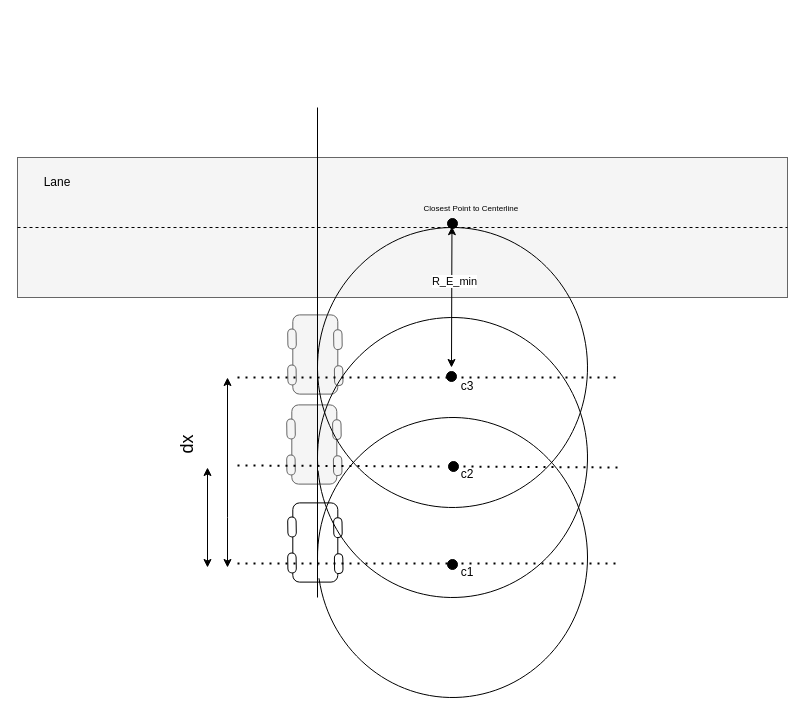
Before: singlearc.drawio in Narendarselva/autoware_docs, a draw.io diagram. Source tidied: cells renumbered, new cells numbered last; positions are measured from the earlier drawing's top-left corner, leaving out a move shared by most shapes. Both pictures are drawn from the tidied source at 100%, with x=0, y=0 at pixel (17, 107).
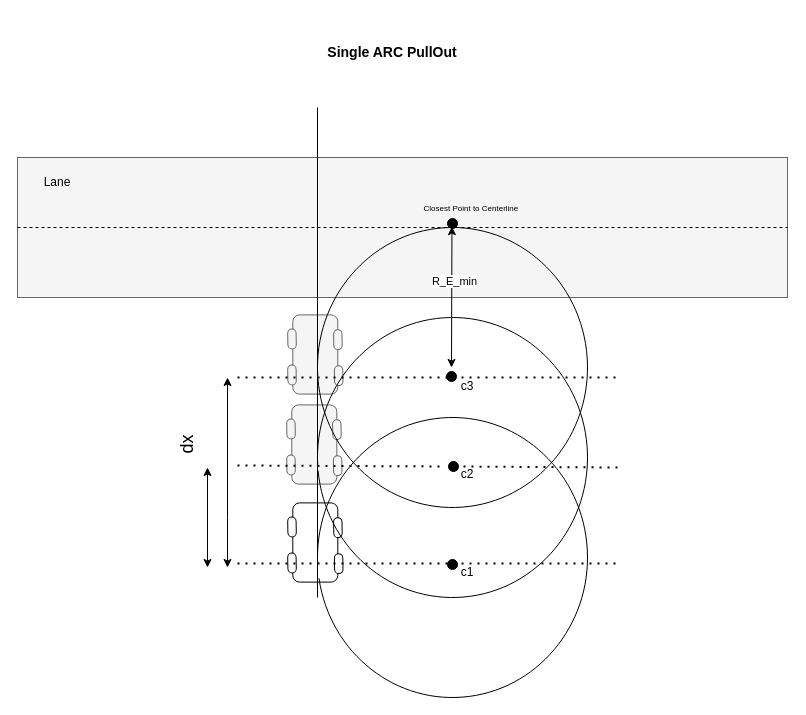
After the change.

The edit, as a diff of the source:
```diff
@@
+    <mxCell id="47" value="&lt;b&gt;&lt;font style=&quot;font-size: 14px;&quot;&gt;Single ARC PullOut&lt;/font&gt;&lt;/b&gt;" style="text;html=1;align=center;verticalAlign=middle;whiteSpace=wrap;rounded=0;" parent="1" vertex="1">
+      <mxGeometry x="255" y="-90" width="240" height="70" as="geometry" />
+    </mxCell>
```
